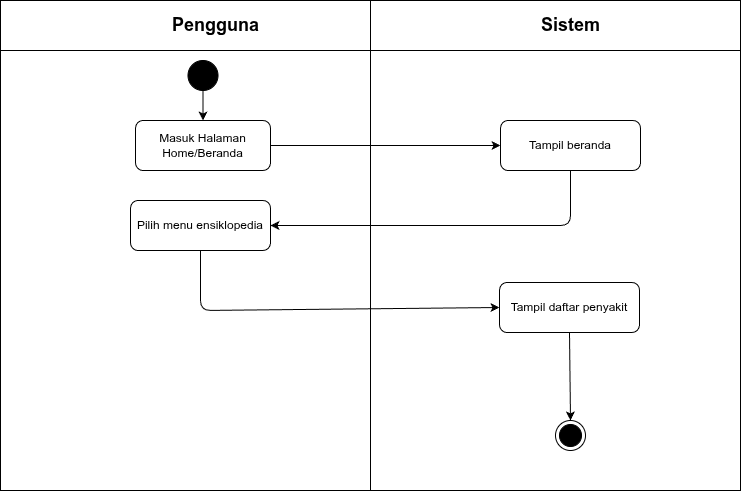
This is diagram/activity/pengguna/lihat-ensiklopedia.png from RajaSunrise/kangkungku, a draw.io export, as it was before one commit. Source tidied: cells renumbered, new cells last; positions are measured from the earlier drawing's top-left corner, leaving out a move shared by most shapes.
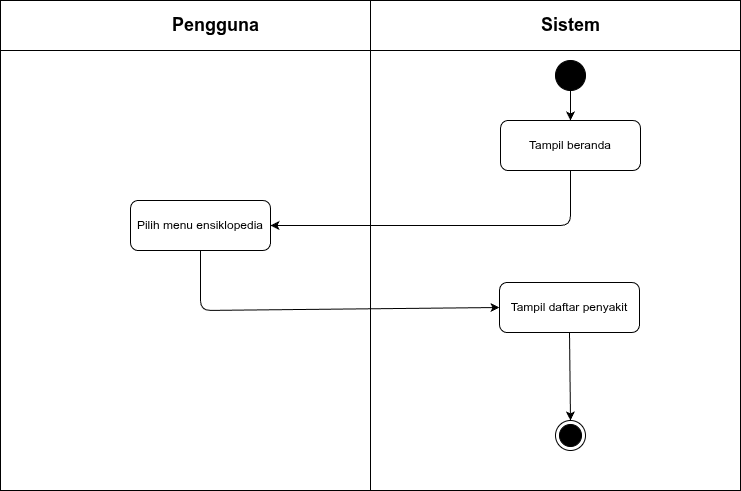
After the change.

Change to the diagram source:
```diff
@@ -12,12 +12,12 @@
       <mxGeometry x="535" y="10" width="70" height="30" as="geometry" />
     </mxCell>
     <mxCell id="5" style="ellipse;whiteSpace=wrap;html=1;fillColor=#000000;strokeColor=#000000;" parent="1" vertex="1">
-      <mxGeometry x="187.5" y="60" width="30" height="30" as="geometry" />
+      <mxGeometry x="555" y="60" width="30" height="30" as="geometry" />
     </mxCell>
     <mxCell id="6" value="Tampil beranda" style="rounded=1;whiteSpace=wrap;html=1;" parent="1" vertex="1">
       <mxGeometry x="500" y="120" width="140" height="50" as="geometry" />
     </mxCell>
-    <mxCell id="7" style="endArrow=classic;html=1;exitX=0.5;exitY=1;entryX=0.5;entryY=0;entryDx=0;entryDy=0;" parent="1" edge="1" source="5" target="14">
+    <mxCell id="7" style="endArrow=classic;html=1;exitX=0.5;exitY=1;entryX=0.5;entryY=0;entryDx=0;entryDy=0;" parent="1" edge="1" source="5" target="6">
       <mxGeometry relative="1" as="geometry" />
     </mxCell>
     <mxCell id="8" value="Pilih menu ensiklopedia" style="rounded=1;whiteSpace=wrap;html=1;" parent="1" vertex="1">
@@ -46,11 +46,5 @@
     <mxCell id="13" style="endArrow=classic;html=1;exitX=0.5;exitY=1;entryX=0.5;entryY=0;" parent="1" edge="1" source="10" target="12">
       <mxGeometry relative="1" as="geometry" />
     </mxCell>
-    <mxCell id="14" value="Masuk Halaman Home/Beranda" style="rounded=1;whiteSpace=wrap;html=1;" parent="1" vertex="1">
-      <mxGeometry x="135" y="120" width="135" height="50" as="geometry" />
-    </mxCell>
-    <mxCell id="15" style="endArrow=classic;html=1;exitX=1;exitY=0.5;exitDx=0;exitDy=0;entryX=0;entryY=0.5;entryDx=0;entryDy=0;" parent="1" edge="1" source="14" target="6">
-      <mxGeometry relative="1" as="geometry" />
-    </mxCell>
   </root>
 </mxGraphModel>
```
